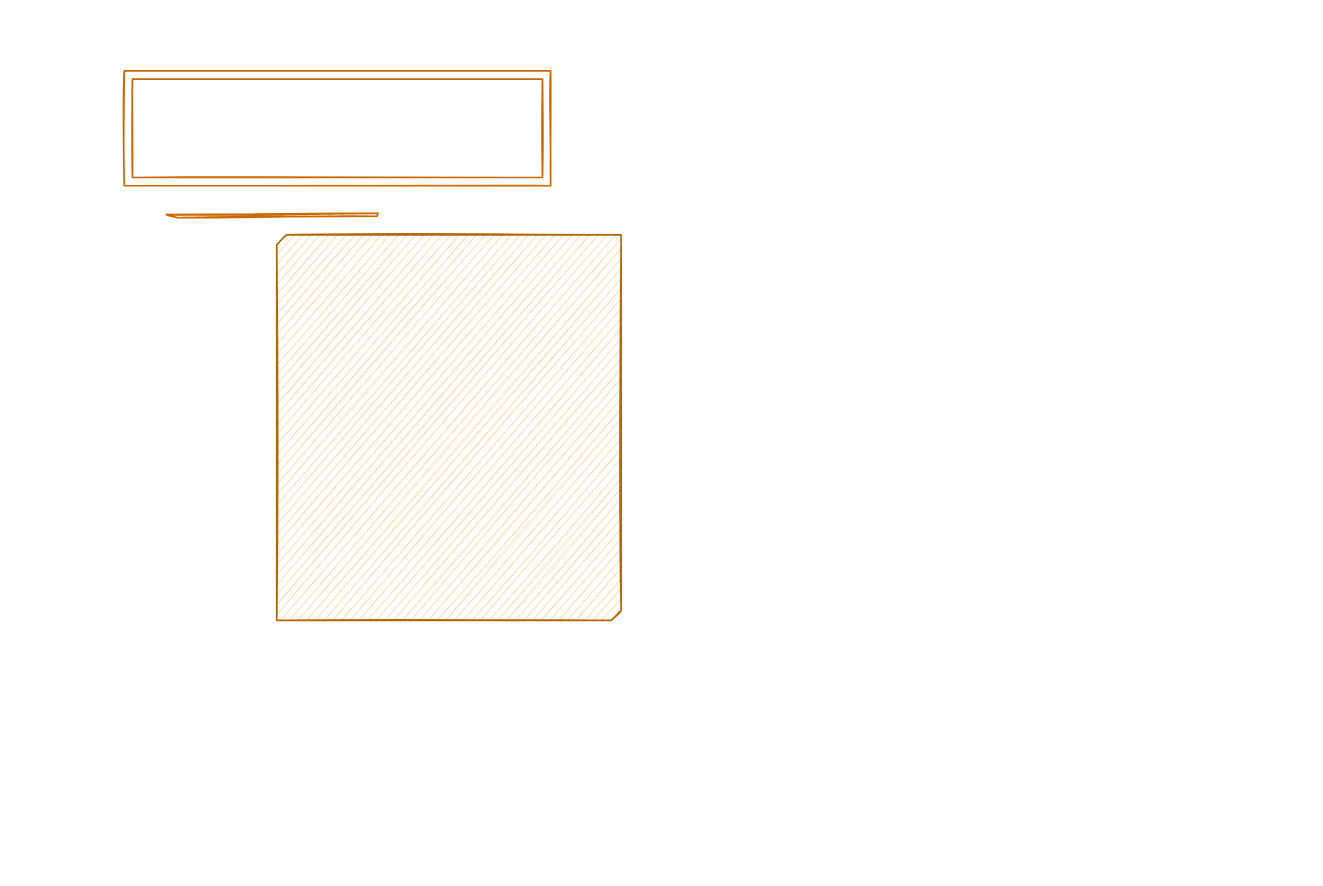
oskardudycz/EventSourcing.NetCore keeps this draw.io diagram as assets/EventStorage.drawio. Above is the earlier version. Source tidied: cells renumbered, new cells numbered last; positions are measured from the earlier drawing's top-left corner, leaving out a move shared by most shapes. Both pictures are drawn from the tidied source at 82%, with x=0, y=0 at pixel (124, 71).
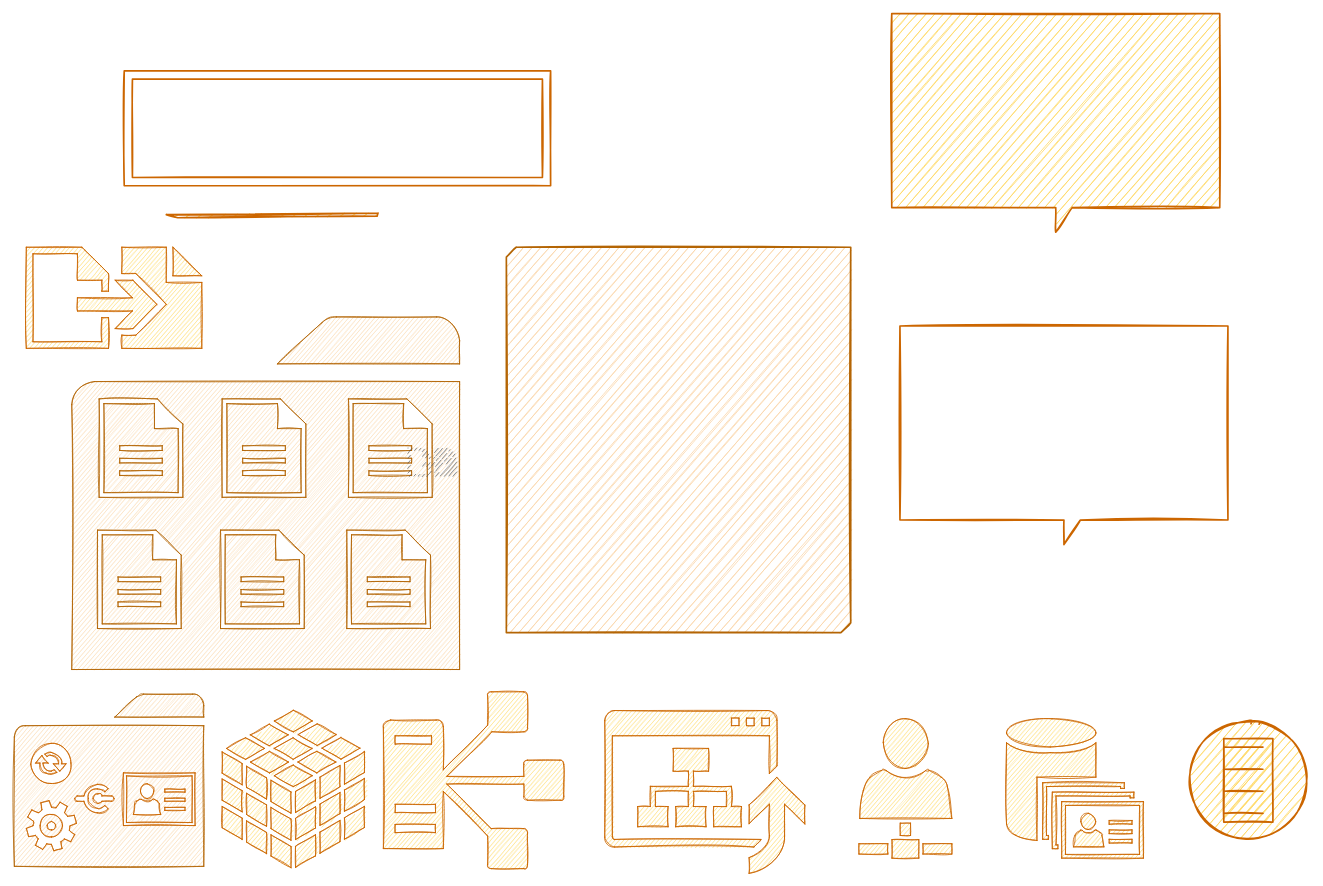
Above is the later version.

Diff of the diagram source:
```diff
@@
     <mxCell id="2" style="verticalLabelPosition=bottom;verticalAlign=top;html=1;shape=mxgraph.basic.diag_snip_rect;dx=6;sketch=1;fillColor=#fad7ac;strokeColor=#b46504;strokeWidth=2;" parent="1" vertex="1">
-      <mxGeometry x="186" y="200" width="420" height="470" as="geometry" />
+      <mxGeometry x="466" y="215" width="420" height="470" as="geometry" />
     </mxCell>
@@
+    <mxCell id="5" style="shadow=0;dashed=0;html=1;strokeColor=#b46504;fillColor=#fad7ac;labelPosition=center;verticalLabelPosition=bottom;verticalAlign=top;align=center;shape=mxgraph.office.concepts.folder;sketch=1;" parent="1" vertex="1">
+      <mxGeometry x="-64" y="300" width="473" height="430" as="geometry" />
+    </mxCell>
+    <mxCell id="6" style="shadow=0;dashed=0;html=1;strokeColor=#b46504;labelPosition=center;verticalLabelPosition=bottom;verticalAlign=top;align=center;shape=mxgraph.office.concepts.document;sketch=1;fillColor=#FFFFFF;" parent="1" vertex="1">
+      <mxGeometry x="-30.6" y="400" width="102.1" height="120" as="geometry" />
+    </mxCell>
+    <mxCell id="7" style="shadow=0;dashed=0;html=1;strokeColor=#b46504;labelPosition=center;verticalLabelPosition=bottom;verticalAlign=top;align=center;shape=mxgraph.office.concepts.document;sketch=1;fillColor=#FFFFFF;" parent="1" vertex="1">
+      <mxGeometry x="119.4" y="400" width="102.1" height="120" as="geometry" />
+    </mxCell>
+    <mxCell id="8" style="shadow=0;dashed=0;html=1;strokeColor=#b46504;labelPosition=center;verticalLabelPosition=bottom;verticalAlign=top;align=center;shape=mxgraph.office.concepts.document;sketch=1;fillColor=#FFFFFF;" parent="1" vertex="1">
+      <mxGeometry x="273.4" y="400" width="102.1" height="120" as="geometry" />
+    </mxCell>
+    <mxCell id="9" style="shadow=0;dashed=0;html=1;strokeColor=#b46504;labelPosition=center;verticalLabelPosition=bottom;verticalAlign=top;align=center;shape=mxgraph.office.concepts.document;sketch=1;fillColor=#FFFFFF;" parent="1" vertex="1">
+      <mxGeometry x="-32.6" y="560" width="102.1" height="120" as="geometry" />
+    </mxCell>
+    <mxCell id="10" style="shadow=0;dashed=0;html=1;strokeColor=#b46504;labelPosition=center;verticalLabelPosition=bottom;verticalAlign=top;align=center;shape=mxgraph.office.concepts.document;sketch=1;fillColor=#FFFFFF;" parent="1" vertex="1">
+      <mxGeometry x="117.4" y="560" width="102.1" height="120" as="geometry" />
+    </mxCell>
+    <mxCell id="11" style="shadow=0;dashed=0;html=1;strokeColor=#b46504;labelPosition=center;verticalLabelPosition=bottom;verticalAlign=top;align=center;shape=mxgraph.office.concepts.document;sketch=1;fillColor=#FFFFFF;" parent="1" vertex="1">
+      <mxGeometry x="271.4" y="560" width="102.1" height="120" as="geometry" />
+    </mxCell>
+    <mxCell id="12" style="shape=callout;whiteSpace=wrap;html=1;perimeter=calloutPerimeter;sketch=1;strokeColor=#CC6600;strokeWidth=2;fillColor=#FFD966;shadow=0;rounded=0;" parent="1" vertex="1">
+      <mxGeometry x="936" y="-70" width="400" height="266.7" as="geometry" />
+    </mxCell>
+    <mxCell id="13" style="shape=callout;whiteSpace=wrap;html=1;perimeter=calloutPerimeter;sketch=1;strokeColor=#CC6600;strokeWidth=2;shadow=0;rounded=0;fillColor=none;" parent="1" vertex="1">
+      <mxGeometry x="946" y="311" width="400" height="266.7" as="geometry" />
+    </mxCell>
+    <mxCell id="14" style="shadow=0;dashed=0;html=1;labelPosition=center;verticalLabelPosition=bottom;verticalAlign=top;align=center;shape=mxgraph.office.databases.database_cube;rounded=0;sketch=1;fillColor=#FFD966;strokeColor=#CC6600;" parent="1" vertex="1">
+      <mxGeometry x="119.4" y="779.7" width="173.5" height="192" as="geometry" />
+    </mxCell>
+    <mxCell id="15" style="shadow=0;dashed=0;html=1;strokeColor=#b46504;fillColor=#fad7ac;labelPosition=center;verticalLabelPosition=bottom;verticalAlign=top;align=center;shape=mxgraph.office.concepts.folder;sketch=1;" parent="1" vertex="1">
+      <mxGeometry x="-134" y="760" width="231" height="210" as="geometry" />
+    </mxCell>
+    <mxCell id="16" style="shadow=0;dashed=0;html=1;labelPosition=center;verticalLabelPosition=bottom;verticalAlign=top;align=center;shape=mxgraph.office.communications.exchange_active_sync;rounded=0;sketch=1;strokeColor=#CC6600;fillColor=#FFFFFF;" parent="1" vertex="1">
+      <mxGeometry x="-114" y="820" width="49" height="49" as="geometry" />
+    </mxCell>
+    <mxCell id="17" style="shadow=0;dashed=0;html=1;labelPosition=center;verticalLabelPosition=bottom;verticalAlign=top;align=center;shape=mxgraph.office.concepts.contacts;rounded=0;sketch=1;fillColor=#FFFFFF;strokeColor=#CC6600;" parent="1" vertex="1">
+      <mxGeometry x="-1" y="856" width="87.4" height="64.3" as="geometry" />
+    </mxCell>
+    <mxCell id="18" style="shadow=0;dashed=0;html=1;labelPosition=center;verticalLabelPosition=bottom;verticalAlign=top;align=center;shape=mxgraph.office.concepts.settings_office_365;rounded=0;sketch=1;fillColor=#FFFFFF;strokeColor=#CC6600;" parent="1" vertex="1">
+      <mxGeometry x="-119.4" y="890" width="61" height="61" as="geometry" />
+    </mxCell>
+    <mxCell id="19" style="shadow=0;dashed=0;html=1;labelPosition=center;verticalLabelPosition=bottom;verticalAlign=top;align=center;shape=mxgraph.office.concepts.connector;rounded=0;sketch=1;fillColor=#FFFFFF;strokeColor=#CC6600;" parent="1" vertex="1">
+      <mxGeometry x="-60.4" y="870" width="48.1" height="35" as="geometry" />
+    </mxCell>
+    <mxCell id="20" style="shadow=0;dashed=0;html=1;labelPosition=center;verticalLabelPosition=bottom;verticalAlign=top;align=center;shape=mxgraph.mscae.oms.dependency_monitor;rounded=0;sketch=1;strokeColor=#CC6600;fillColor=#FFD966;" parent="1" vertex="1">
+      <mxGeometry x="316" y="757.2" width="220" height="215.6" as="geometry" />
+    </mxCell>
+    <mxCell id="21" style="shadow=0;dashed=0;html=1;labelPosition=center;verticalLabelPosition=bottom;verticalAlign=top;align=center;shape=mxgraph.office.concepts.upgrade_site;rounded=0;sketch=1;fillColor=#FFD966;strokeColor=#CC6600;" parent="1" vertex="1">
+      <mxGeometry x="586" y="780" width="244" height="198.5" as="geometry" />
+    </mxCell>
+    <mxCell id="22" style="shadow=0;dashed=0;html=1;labelPosition=center;verticalLabelPosition=bottom;verticalAlign=top;align=center;shape=mxgraph.office.sites.business_connectivity_services;rounded=0;sketch=1;fillColor=#FFD966;strokeColor=#CC6600;" parent="1" vertex="1">
+      <mxGeometry x="896" y="790" width="113.3" height="170" as="geometry" />
+    </mxCell>
+    <mxCell id="23" style="shadow=0;dashed=0;html=1;strokeColor=none;fillColor=#505050;labelPosition=center;verticalLabelPosition=bottom;verticalAlign=top;align=center;shape=mxgraph.office.concepts.migration;rounded=0;sketch=1;" parent="1" vertex="1">
+      <mxGeometry x="346" y="460" width="59" height="34" as="geometry" />
+    </mxCell>
+    <mxCell id="24" style="shadow=0;dashed=0;html=1;labelPosition=center;verticalLabelPosition=bottom;verticalAlign=top;align=center;shape=mxgraph.office.concepts.migration;rounded=0;sketch=1;fillColor=#FFD966;strokeColor=#CC6600;" parent="1" vertex="1">
+      <mxGeometry x="-119.4" y="215" width="214" height="123.3" as="geometry" />
+    </mxCell>
+    <mxCell id="25" style="shadow=0;dashed=0;html=1;labelPosition=center;verticalLabelPosition=bottom;verticalAlign=top;align=center;shape=mxgraph.office.databases.unified_contact_store;rounded=0;sketch=1;fillColor=#FFD966;strokeColor=#CC6600;" parent="1" vertex="1">
+      <mxGeometry x="1076" y="790" width="166.9" height="170" as="geometry" />
+    </mxCell>
+    <mxCell id="26" style="shape=mxgraph.bpmn.shape;html=1;verticalLabelPosition=bottom;labelBackgroundColor=#ffffff;verticalAlign=top;align=center;perimeter=ellipsePerimeter;outline=eventInt;symbol=conditional;rounded=0;shadow=0;sketch=1;strokeColor=#CC6600;strokeWidth=2;fillColor=#FFD966;" parent="1" vertex="1">
+      <mxGeometry x="1296" y="790.3" width="149.7" height="149.7" as="geometry" />
+    </mxCell>
```
